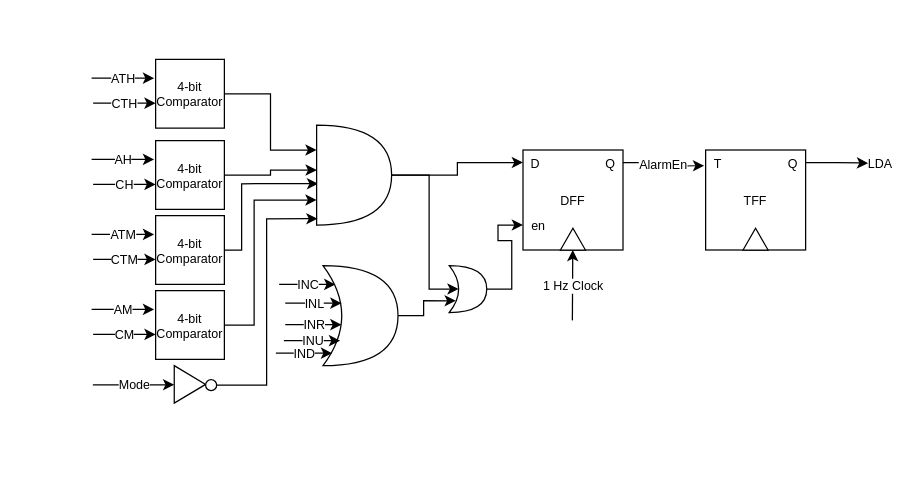
This is page "Alarm" (3 of 3) of Block Diagram.drawio from MagdElDinAhmed/DD1-Project2, a draw.io file, before an edit. Source tidied: cells renumbered, new cells numbered last; positions are measured from the earlier drawing's top-left corner, leaving out a move shared by most shapes. Both pictures are drawn from the tidied source at 125%, with x=0, y=0 at pixel (91, 59).
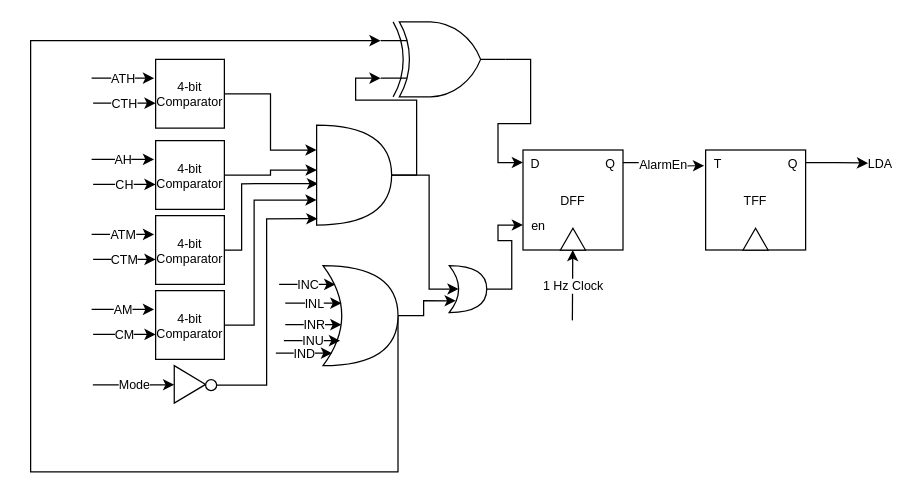
The same page after the edit.

Commit message:
Updated Alarm (still needs work)

The change refers to these unchanged cells:
```xml
<mxCell id="20" style="shape=or;whiteSpace=wrap;html=1;fontSize=10;" parent="1" vertex="1">
  <mxGeometry x="179.8" y="52.5" width="60" height="80" as="geometry" />
</mxCell>
<mxCell id="26" value="D" style="text;html=1;strokeColor=none;fillColor=none;align=center;verticalAlign=middle;whiteSpace=wrap;rounded=0;fontSize=10;" parent="1" vertex="1">
  <mxGeometry x="344.9" y="72.5" width="20" height="20" as="geometry" />
</mxCell>
<mxCell id="31" style="shape=xor;whiteSpace=wrap;html=1;fontSize=10;" parent="1" vertex="1">
  <mxGeometry x="184.9" y="165" width="60" height="80" as="geometry" />
</mxCell>
```

What changed in the source:
```diff
@@
-    <mxCell id="19" style="edgeStyle=orthogonalEdgeStyle;rounded=0;jettySize=auto;html=1;exitX=1;exitY=0.5;exitDx=0;exitDy=0;exitPerimeter=0;entryX=0;entryY=0.5;entryDx=0;entryDy=0;fontSize=10;" parent="1" edge="1" source="20" target="26">
+    <mxCell id="19" style="edgeStyle=orthogonalEdgeStyle;rounded=0;jettySize=auto;html=1;exitX=1;exitY=0.5;exitDx=0;exitDy=0;exitPerimeter=0;fontSize=10;entryX=0;entryY=0.75;entryDx=0;entryDy=0;entryPerimeter=0;" parent="1" edge="1" source="20" target="49">
       <mxGeometry relative="1" as="geometry" />
     </mxCell>
@@
+    <mxCell id="47" style="edgeStyle=orthogonalEdgeStyle;rounded=0;jettySize=auto;html=1;exitX=1;exitY=0.5;exitDx=0;exitDy=0;exitPerimeter=0;entryX=0;entryY=0.25;entryDx=0;entryDy=0;entryPerimeter=0;fontSize=10;" parent="1" edge="1" source="31" target="49">
+      <mxGeometry relative="1" as="geometry">
+        <Array as="points">
+          <mxPoint x="245" y="330" />
+          <mxPoint x="-49" y="330" />
+          <mxPoint x="-49" y="-15" />
+        </Array>
+      </mxGeometry>
+    </mxCell>
@@
+    <mxCell id="48" style="edgeStyle=orthogonalEdgeStyle;rounded=0;jettySize=auto;html=1;exitX=1;exitY=0.5;exitDx=0;exitDy=0;exitPerimeter=0;entryX=0;entryY=0.5;entryDx=0;entryDy=0;fontSize=10;" parent="1" edge="1" source="49" target="26">
+      <mxGeometry relative="1" as="geometry" />
+    </mxCell>
+    <mxCell id="49" style="verticalLabelPosition=bottom;shadow=0;dashed=0;align=center;html=1;verticalAlign=top;shape=mxgraph.electrical.logic_gates.logic_gate;operation=xor;fontSize=10;" parent="1" vertex="1">
+      <mxGeometry x="231" y="-30" width="100" height="60" as="geometry" />
+    </mxCell>
```
